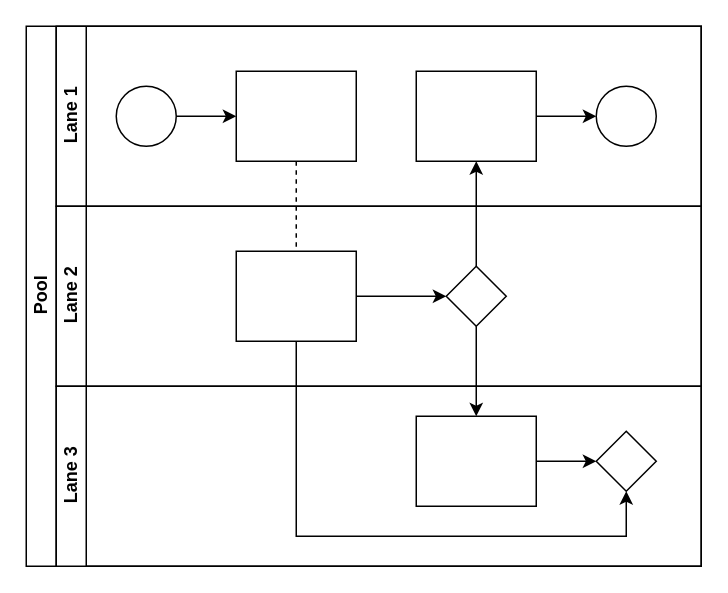
Before: 006 Diagram.drawio in z2272060690/app.diagrams.net, a draw.io diagram. Source tidied: cells renumbered, new cells numbered last; positions are measured from the earlier drawing's top-left corner, leaving out a move shared by most shapes. Both pictures are drawn from the tidied source at 150%, with x=0, y=0 at pixel (26, 26).
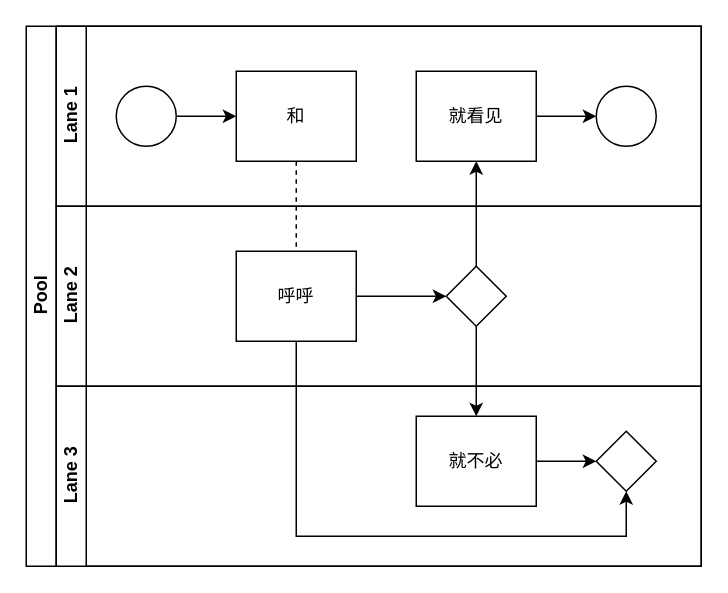
The same diagram, later.

Unchanged cells that the change refers to:
```xml
<mxCell id="7" value="Lane 1" style="swimlane;html=1;startSize=20;horizontal=0;" parent="2" vertex="1">
  <mxGeometry x="20" width="430" height="120" as="geometry" />
</mxCell>
<mxCell id="14" value="Lane 2" style="swimlane;html=1;startSize=20;horizontal=0;" parent="2" vertex="1">
  <mxGeometry x="20" y="120" width="430" height="120" as="geometry" />
</mxCell>
<mxCell id="18" value="Lane 3" style="swimlane;html=1;startSize=20;horizontal=0;" parent="2" vertex="1">
  <mxGeometry x="20" y="240" width="430" height="120" as="geometry" />
</mxCell>
```

What changed in the source:
```diff
@@
-    <mxCell id="10" style="rounded=0;whiteSpace=wrap;html=1;fontFamily=Helvetica;fontSize=12;fontColor=#000000;align=center;" parent="7" vertex="1">
+    <mxCell id="10" value="和" style="rounded=0;whiteSpace=wrap;html=1;fontFamily=Helvetica;fontSize=12;fontColor=#000000;align=center;" parent="7" vertex="1">
       <mxGeometry x="120" y="30" width="80" height="60" as="geometry" />
     </mxCell>
@@
-    <mxCell id="12" style="rounded=0;whiteSpace=wrap;html=1;fontFamily=Helvetica;fontSize=12;fontColor=#000000;align=center;" parent="7" vertex="1">
+    <mxCell id="12" value="就看见" style="rounded=0;whiteSpace=wrap;html=1;fontFamily=Helvetica;fontSize=12;fontColor=#000000;align=center;" parent="7" vertex="1">
       <mxGeometry x="240" y="30" width="80" height="60" as="geometry" />
     </mxCell>
@@
-    <mxCell id="16" style="rounded=0;whiteSpace=wrap;html=1;fontFamily=Helvetica;fontSize=12;fontColor=#000000;align=center;" parent="14" vertex="1">
+    <mxCell id="16" value="呼呼" style="rounded=0;whiteSpace=wrap;html=1;fontFamily=Helvetica;fontSize=12;fontColor=#000000;align=center;" parent="14" vertex="1">
       <mxGeometry x="120" y="30" width="80" height="60" as="geometry" />
     </mxCell>
@@
-    <mxCell id="20" style="rounded=0;whiteSpace=wrap;html=1;fontFamily=Helvetica;fontSize=12;fontColor=#000000;align=center;" parent="18" vertex="1">
+    <mxCell id="20" value="就不必" style="rounded=0;whiteSpace=wrap;html=1;fontFamily=Helvetica;fontSize=12;fontColor=#000000;align=center;" parent="18" vertex="1">
       <mxGeometry x="240" y="20" width="80" height="60" as="geometry" />
     </mxCell>
```
